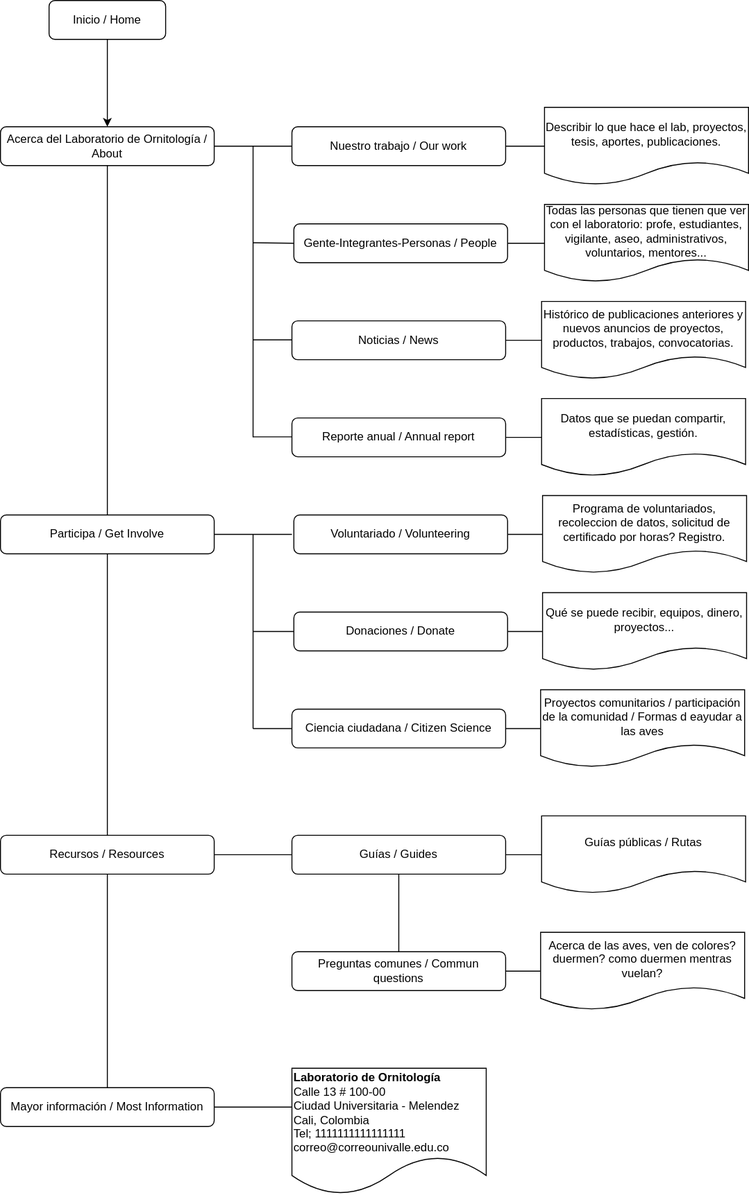
Before: univalle.drawio.svg, a diagram exported from draw.io (isabelyb/univalle). Source tidied: cells renumbered, new cells last; positions are measured from the earlier drawing's top-left corner, leaving out a move shared by most shapes.
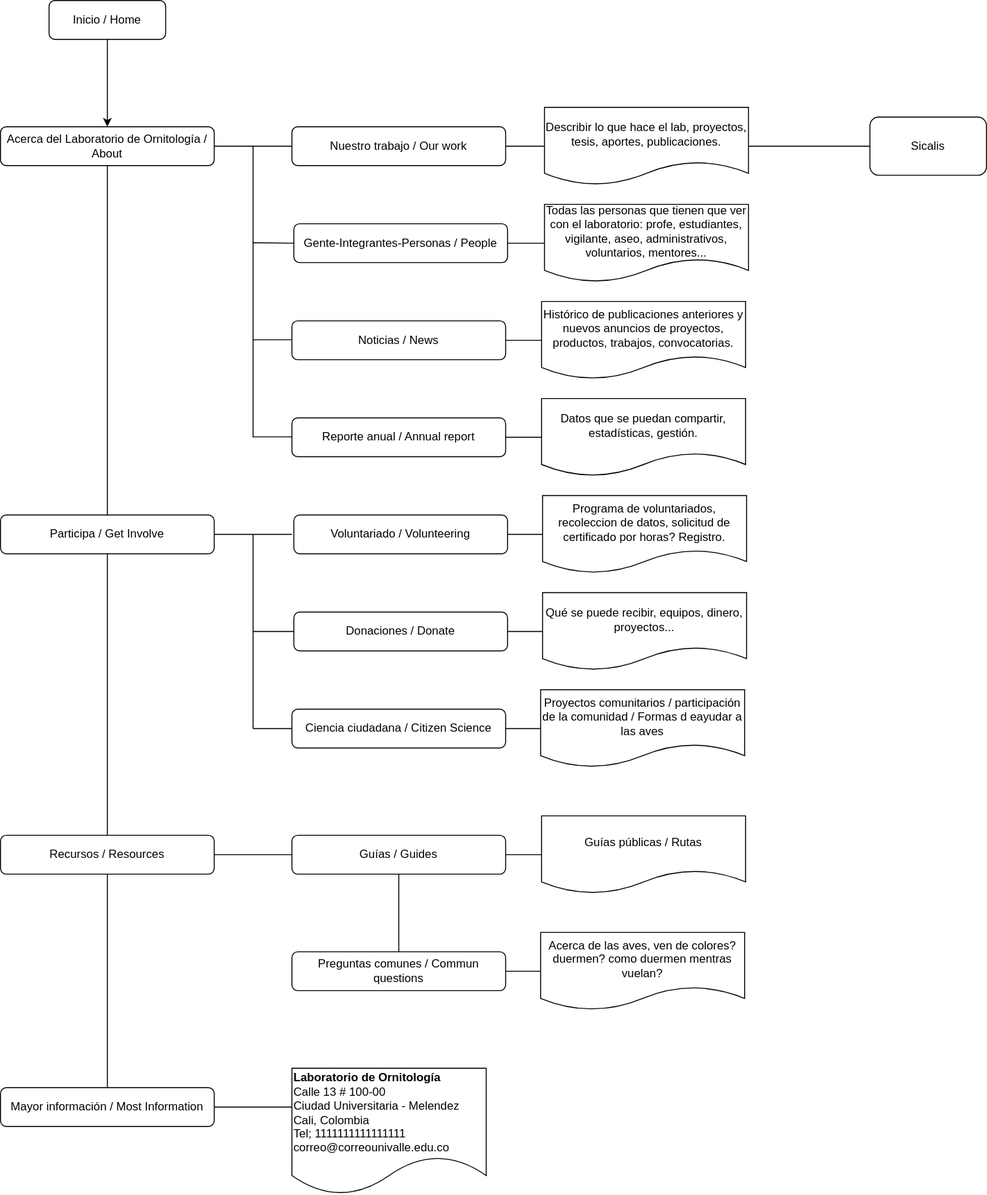
After the change.

Change to the diagram source:
```diff
@@ -70,6 +70,9 @@
     <mxCell id="18" style="edgeStyle=orthogonalEdgeStyle;rounded=0;jettySize=auto;html=1;endArrow=none;endFill=0;exitX=1;exitY=0.5;exitDx=0;exitDy=0;exitPerimeter=0;" parent="1" edge="1" source="11" target="20">
       <mxGeometry relative="1" as="geometry" />
     </mxCell>
+    <mxCell id="51" style="edgeStyle=orthogonalEdgeStyle;rounded=0;jettySize=auto;html=1;endArrow=none;endFill=0;" parent="1" edge="1" source="19" target="52">
+      <mxGeometry relative="1" as="geometry" />
+    </mxCell>
     <mxCell id="19" value="Describir lo que hace el lab, proyectos, tesis, aportes, publicaciones." style="shape=document;whiteSpace=wrap;html=1;boundedLbl=1;rounded=1;shadow=0;strokeWidth=1;glass=0;" parent="1" vertex="1">
       <mxGeometry x="560" y="110" width="210" height="80" as="geometry" />
     </mxCell>
@@ -178,5 +181,8 @@
     <mxCell id="50" value="&lt;b&gt;Laboratorio de Ornitología&lt;/b&gt;&lt;br&gt;&lt;div&gt;&lt;span&gt;Calle 13 # 100-00&lt;/span&gt;&lt;br&gt;&lt;/div&gt;&lt;div&gt;&lt;span&gt;&lt;div&gt;Ciudad Universitaria - Melendez&lt;/div&gt;&lt;div&gt;Cali, Colombia&lt;/div&gt;&lt;div&gt;Tel; 1111111111111111&lt;/div&gt;&lt;div&gt;correo@correounivalle.edu.co&lt;/div&gt;&lt;/span&gt;&lt;/div&gt;" style="shape=document;whiteSpace=wrap;html=1;boundedLbl=1;rounded=1;shadow=0;strokeWidth=1;glass=0;align=left;" parent="1" vertex="1">
       <mxGeometry x="300" y="1100" width="200" height="130" as="geometry" />
     </mxCell>
+    <mxCell id="52" value="Sicalis" style="rounded=1;whiteSpace=wrap;html=1;shadow=0;strokeWidth=1;glass=0;" parent="1" vertex="1">
+      <mxGeometry x="895" y="120" width="120" height="60" as="geometry" />
+    </mxCell>
   </root>
 </mxGraphModel>
```
